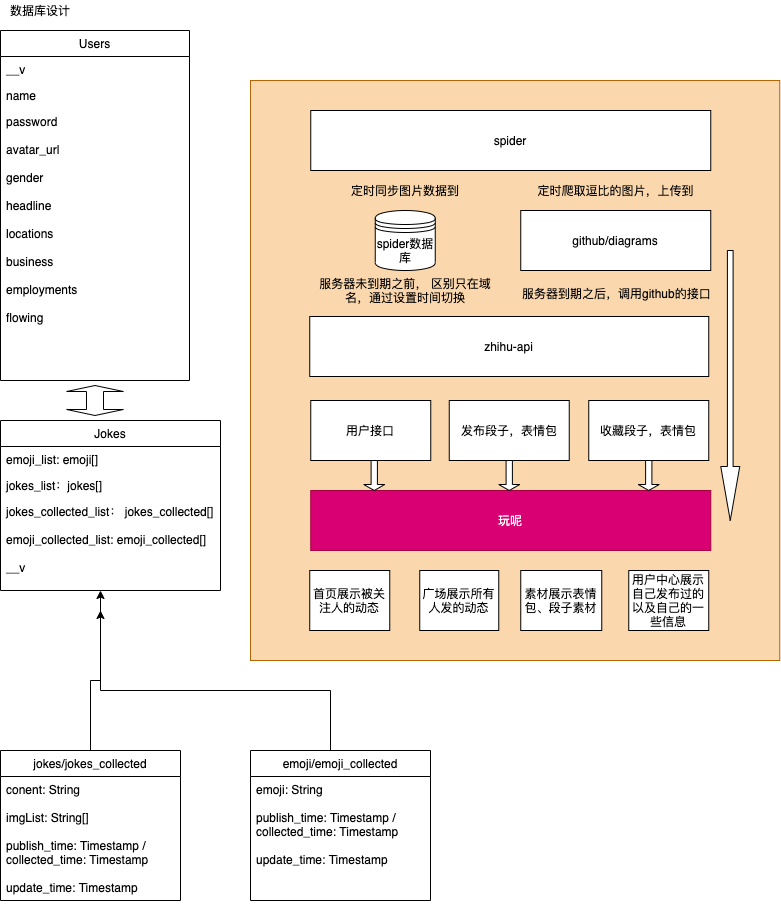
Zenquan/diagrams keeps this draw.io diagram as img/玩呢.png. Above is the earlier version. Source tidied: cells renumbered, new cells last; positions are measured from the earlier drawing's top-left corner, leaving out a move shared by most shapes.
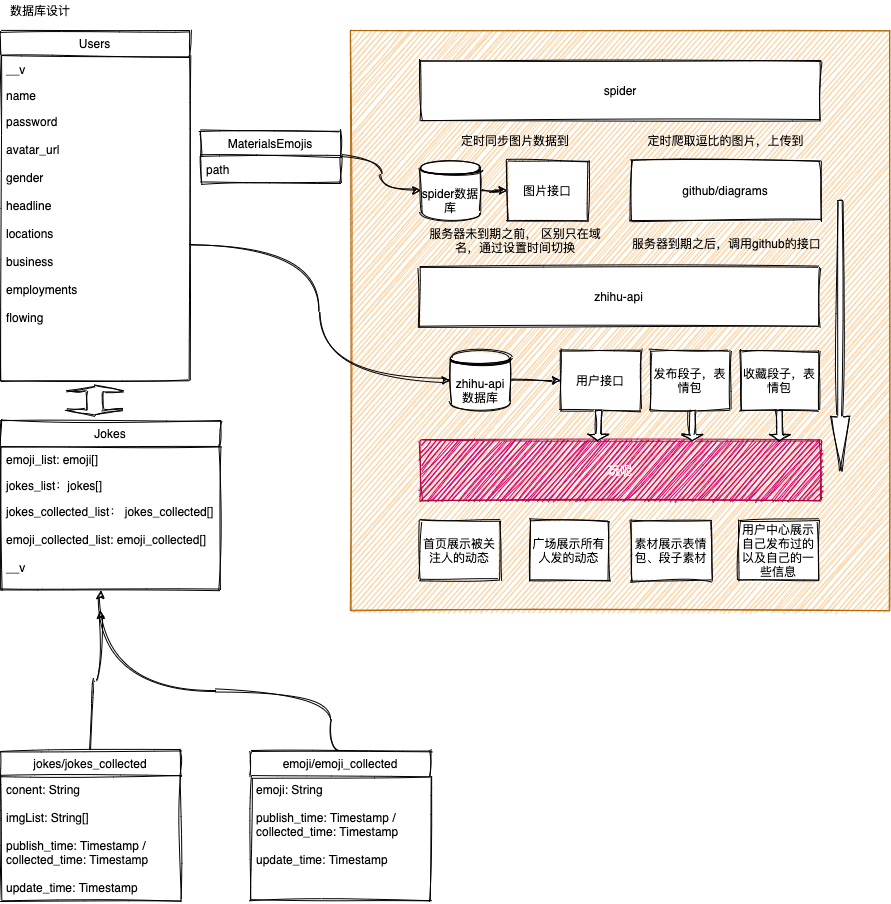
After the commit.

The edit, as a diff of the source:
```diff
@@ -2,125 +2,149 @@
   <root>
     <mxCell id="0" />
     <mxCell id="1" parent="0" />
-    <mxCell id="2" style="rounded=0;whiteSpace=wrap;html=1;fillColor=#fad7ac;strokeColor=#b46504;" parent="1" vertex="1">
-      <mxGeometry x="250" y="80" width="529.2" height="580" as="geometry" />
+    <mxCell id="2" style="whiteSpace=wrap;html=1;fillColor=#fad7ac;strokeColor=#b46504;sketch=1;" parent="1" vertex="1">
+      <mxGeometry x="730" y="-15" width="539.2" height="580" as="geometry" />
     </mxCell>
-    <mxCell id="3" value="数据库设计&lt;br&gt;" style="text;html=1;strokeColor=none;fillColor=none;align=center;verticalAlign=middle;whiteSpace=wrap;rounded=0;" parent="1" vertex="1">
-      <mxGeometry width="80" height="20" as="geometry" />
+    <mxCell id="3" value="数据库设计&lt;br&gt;" style="text;html=1;strokeColor=none;fillColor=none;align=center;verticalAlign=middle;whiteSpace=wrap;sketch=1;" parent="1" vertex="1">
+      <mxGeometry x="380" y="-45" width="80" height="20" as="geometry" />
     </mxCell>
-    <mxCell id="4" value="Users" style="swimlane;fontStyle=0;horizontal=1;startSize=26;" parent="1" vertex="1">
-      <mxGeometry y="30" width="189" height="350" as="geometry" />
+    <mxCell id="4" value="Users" style="swimlane;fontStyle=0;horizontal=1;startSize=26;sketch=1;" parent="1" vertex="1">
+      <mxGeometry x="380" y="-15" width="189" height="350" as="geometry" />
     </mxCell>
-    <mxCell id="5" value="__v&#10;" style="text;strokeColor=none;fillColor=none;align=left;verticalAlign=top;spacingLeft=4;spacingRight=4;overflow=hidden;" parent="4" vertex="1">
+    <mxCell id="5" value="__v&#10;" style="text;strokeColor=none;fillColor=none;align=left;verticalAlign=top;spacingLeft=4;spacingRight=4;overflow=hidden;sketch=1;" parent="4" vertex="1">
       <mxGeometry y="26" width="189" height="26" as="geometry" />
     </mxCell>
-    <mxCell id="6" value="name" style="text;strokeColor=none;fillColor=none;align=left;verticalAlign=top;spacingLeft=4;spacingRight=4;overflow=hidden;" parent="4" vertex="1">
+    <mxCell id="6" value="name" style="text;strokeColor=none;fillColor=none;align=left;verticalAlign=top;spacingLeft=4;spacingRight=4;overflow=hidden;sketch=1;" parent="4" vertex="1">
       <mxGeometry y="52" width="189" height="26" as="geometry" />
     </mxCell>
-    <mxCell id="7" value="password&#10;&#10;avatar_url&#10;&#10;gender&#10;&#10;headline&#10;&#10;locations&#10;&#10;business&#10;&#10;employments&#10;&#10;flowing" style="text;strokeColor=none;fillColor=none;align=left;verticalAlign=top;spacingLeft=4;spacingRight=4;overflow=hidden;points=[[0,0.5],[1,0.5]];portConstraint=eastwest;" parent="4" vertex="1">
+    <mxCell id="7" value="password&#10;&#10;avatar_url&#10;&#10;gender&#10;&#10;headline&#10;&#10;locations&#10;&#10;business&#10;&#10;employments&#10;&#10;flowing" style="text;strokeColor=none;fillColor=none;align=left;verticalAlign=top;spacingLeft=4;spacingRight=4;overflow=hidden;points=[[0,0.5],[1,0.5]];portConstraint=eastwest;sketch=1;" parent="4" vertex="1">
       <mxGeometry y="78" width="189" height="272" as="geometry" />
     </mxCell>
-    <mxCell id="8" value="服务器未到期之前， 区别只在域名，通过设置时间切换" style="text;html=1;strokeColor=none;fillColor=none;align=center;verticalAlign=middle;whiteSpace=wrap;rounded=0;" parent="1" vertex="1">
-      <mxGeometry x="310.2" y="280" width="190" height="20" as="geometry" />
+    <mxCell id="8" value="服务器未到期之前， 区别只在域名，通过设置时间切换" style="text;html=1;strokeColor=none;fillColor=none;align=center;verticalAlign=middle;whiteSpace=wrap;sketch=1;" parent="1" vertex="1">
+      <mxGeometry x="800.2" y="185" width="190" height="20" as="geometry" />
     </mxCell>
-    <mxCell id="9" value="zhihu-api" style="rounded=0;whiteSpace=wrap;html=1;" parent="1" vertex="1">
-      <mxGeometry x="309.2" y="316" width="399" height="60" as="geometry" />
+    <mxCell id="9" value="zhihu-api" style="whiteSpace=wrap;html=1;sketch=1;" parent="1" vertex="1">
+      <mxGeometry x="799.2" y="221" width="399" height="60" as="geometry" />
     </mxCell>
-    <mxCell id="10" value="用户接口" style="rounded=0;whiteSpace=wrap;html=1;" parent="1" vertex="1">
-      <mxGeometry x="310.2" y="400" width="120" height="60" as="geometry" />
+    <mxCell id="10" value="用户接口" style="whiteSpace=wrap;html=1;sketch=1;" parent="1" vertex="1">
+      <mxGeometry x="940" y="305" width="80.2" height="60" as="geometry" />
     </mxCell>
-    <mxCell id="11" value="发布段子，表情包" style="rounded=0;whiteSpace=wrap;html=1;" parent="1" vertex="1">
-      <mxGeometry x="448.8" y="400" width="120" height="60" as="geometry" />
+    <mxCell id="11" value="发布段子，表情包" style="whiteSpace=wrap;html=1;sketch=1;" parent="1" vertex="1">
+      <mxGeometry x="1030" y="305" width="79" height="60" as="geometry" />
     </mxCell>
-    <mxCell id="12" value="收藏段子，表情包" style="rounded=0;whiteSpace=wrap;html=1;" parent="1" vertex="1">
-      <mxGeometry x="588.2" y="400" width="120" height="60" as="geometry" />
+    <mxCell id="12" value="收藏段子，表情包" style="whiteSpace=wrap;html=1;sketch=1;" parent="1" vertex="1">
+      <mxGeometry x="1120" y="305" width="78.2" height="60" as="geometry" />
     </mxCell>
-    <mxCell id="13" value="Jokes" style="swimlane;fontStyle=0;horizontal=1;startSize=26;" parent="1" vertex="1">
-      <mxGeometry y="420" width="220" height="170" as="geometry" />
+    <mxCell id="13" value="Jokes" style="swimlane;fontStyle=0;horizontal=1;startSize=26;sketch=1;" parent="1" vertex="1">
+      <mxGeometry x="380" y="375" width="220" height="170" as="geometry" />
     </mxCell>
-    <mxCell id="14" value="emoji_list: emoji[]" style="text;strokeColor=none;fillColor=none;align=left;verticalAlign=top;spacingLeft=4;spacingRight=4;overflow=hidden;" parent="13" vertex="1">
+    <mxCell id="14" value="emoji_list: emoji[]" style="text;strokeColor=none;fillColor=none;align=left;verticalAlign=top;spacingLeft=4;spacingRight=4;overflow=hidden;sketch=1;" parent="13" vertex="1">
       <mxGeometry y="26" width="220" height="26" as="geometry" />
     </mxCell>
-    <mxCell id="15" value="jokes_list：jokes[]" style="text;strokeColor=none;fillColor=none;align=left;verticalAlign=top;spacingLeft=4;spacingRight=4;overflow=hidden;" parent="13" vertex="1">
+    <mxCell id="15" value="jokes_list：jokes[]" style="text;strokeColor=none;fillColor=none;align=left;verticalAlign=top;spacingLeft=4;spacingRight=4;overflow=hidden;sketch=1;" parent="13" vertex="1">
       <mxGeometry y="52" width="220" height="26" as="geometry" />
     </mxCell>
-    <mxCell id="16" value="jokes_collected_list： jokes_collected[]&#10;&#10;emoji_collected_list: emoji_collected[]&#10;&#10;__v" style="text;strokeColor=none;fillColor=none;align=left;verticalAlign=top;spacingLeft=4;spacingRight=4;overflow=hidden;points=[[0,0.5],[1,0.5]];portConstraint=eastwest;" parent="13" vertex="1">
+    <mxCell id="16" value="jokes_collected_list： jokes_collected[]&#10;&#10;emoji_collected_list: emoji_collected[]&#10;&#10;__v" style="text;strokeColor=none;fillColor=none;align=left;verticalAlign=top;spacingLeft=4;spacingRight=4;overflow=hidden;points=[[0,0.5],[1,0.5]];portConstraint=eastwest;sketch=1;" parent="13" vertex="1">
       <mxGeometry y="78" width="220" height="92" as="geometry" />
     </mxCell>
-    <mxCell id="17" value="玩呢" style="rounded=0;whiteSpace=wrap;html=1;fillColor=#d80073;strokeColor=#A50040;fontColor=#ffffff;" parent="1" vertex="1">
-      <mxGeometry x="310.2" y="490" width="400" height="60" as="geometry" />
+    <mxCell id="17" value="玩呢" style="whiteSpace=wrap;html=1;fillColor=#d80073;strokeColor=#A50040;fontColor=#ffffff;sketch=1;" parent="1" vertex="1">
+      <mxGeometry x="800.2" y="395" width="400" height="60" as="geometry" />
     </mxCell>
-    <mxCell id="18" value="github/diagrams" style="rounded=0;whiteSpace=wrap;html=1;" parent="1" vertex="1">
-      <mxGeometry x="520.2" y="210" width="190" height="60" as="geometry" />
+    <mxCell id="18" value="github/diagrams" style="whiteSpace=wrap;html=1;sketch=1;" parent="1" vertex="1">
+      <mxGeometry x="1010.2" y="115" width="190" height="60" as="geometry" />
     </mxCell>
-    <mxCell id="19" value="&lt;span style=&quot;font-family: &amp;#34;helvetica&amp;#34; ; text-align: center&quot;&gt;服务器到期之后，&lt;/span&gt;&lt;span style=&quot;text-align: center&quot;&gt;调用github的接口&lt;/span&gt;" style="text;whiteSpace=wrap;html=1;" parent="1" vertex="1">
-      <mxGeometry x="520.2" y="280" width="200" height="40" as="geometry" />
+    <mxCell id="19" value="&lt;span style=&quot;font-family: &amp;#34;helvetica&amp;#34; ; text-align: center&quot;&gt;服务器到期之后，&lt;/span&gt;&lt;span style=&quot;text-align: center&quot;&gt;调用github的接口&lt;/span&gt;" style="text;whiteSpace=wrap;html=1;sketch=1;" parent="1" vertex="1">
+      <mxGeometry x="1010.2" y="185" width="200" height="40" as="geometry" />
     </mxCell>
-    <mxCell id="20" value="spider" style="rounded=0;whiteSpace=wrap;html=1;" parent="1" vertex="1">
-      <mxGeometry x="310.2" y="110" width="400" height="60" as="geometry" />
+    <mxCell id="20" value="spider" style="whiteSpace=wrap;html=1;sketch=1;" parent="1" vertex="1">
+      <mxGeometry x="800.2" y="15" width="400" height="60" as="geometry" />
     </mxCell>
-    <mxCell id="21" value="定时爬取逗比的图片，上传到" style="text;html=1;align=center;verticalAlign=middle;strokeColor=none;" parent="1" vertex="1">
-      <mxGeometry x="530.2" y="180" width="170" height="20" as="geometry" />
+    <mxCell id="21" value="定时爬取逗比的图片，上传到" style="text;html=1;align=center;verticalAlign=middle;strokeColor=none;sketch=1;" parent="1" vertex="1">
+      <mxGeometry x="1020.2" y="85" width="170" height="20" as="geometry" />
     </mxCell>
-    <mxCell id="22" value="首页展示被关注人的动态" style="rounded=0;whiteSpace=wrap;html=1;" parent="1" vertex="1">
-      <mxGeometry x="309.2" y="570" width="80" height="60" as="geometry" />
+    <mxCell id="22" value="首页展示被关注人的动态" style="whiteSpace=wrap;html=1;sketch=1;" parent="1" vertex="1">
+      <mxGeometry x="799.2" y="475" width="80" height="60" as="geometry" />
     </mxCell>
-    <mxCell id="23" value="广场展示所有人发的动态" style="rounded=0;whiteSpace=wrap;html=1;" parent="1" vertex="1">
-      <mxGeometry x="419.2" y="570" width="79" height="60" as="geometry" />
+    <mxCell id="23" value="广场展示所有人发的动态" style="whiteSpace=wrap;html=1;sketch=1;" parent="1" vertex="1">
+      <mxGeometry x="909.2" y="475" width="79" height="60" as="geometry" />
     </mxCell>
-    <mxCell id="24" value="素材展示表情包、段子素材" style="rounded=0;whiteSpace=wrap;html=1;" parent="1" vertex="1">
-      <mxGeometry x="520.2" y="570" width="81" height="60" as="geometry" />
+    <mxCell id="24" value="素材展示表情包、段子素材" style="whiteSpace=wrap;html=1;sketch=1;" parent="1" vertex="1">
+      <mxGeometry x="1010.2" y="475" width="81" height="60" as="geometry" />
     </mxCell>
-    <mxCell id="25" value="用户中心展示自己发布过的&lt;br&gt;以及自己的一些信息" style="rounded=0;whiteSpace=wrap;html=1;" parent="1" vertex="1">
-      <mxGeometry x="628.2" y="570" width="80" height="60" as="geometry" />
+    <mxCell id="25" value="用户中心展示自己发布过的&lt;br&gt;以及自己的一些信息" style="whiteSpace=wrap;html=1;sketch=1;" parent="1" vertex="1">
+      <mxGeometry x="1118.2" y="475" width="80" height="60" as="geometry" />
     </mxCell>
-    <mxCell id="26" value="&lt;span style=&quot;font-family: &amp;#34;helvetica&amp;#34;&quot;&gt;定时同步图片数据到&lt;/span&gt;" style="text;html=1;strokeColor=none;fillColor=none;align=center;verticalAlign=middle;whiteSpace=wrap;rounded=0;" parent="1" vertex="1">
-      <mxGeometry x="350.2" y="180" width="110" height="20" as="geometry" />
+    <mxCell id="26" value="&lt;span style=&quot;font-family: &amp;#34;helvetica&amp;#34;&quot;&gt;定时同步图片数据到&lt;/span&gt;" style="text;html=1;strokeColor=none;fillColor=none;align=center;verticalAlign=middle;whiteSpace=wrap;sketch=1;" parent="1" vertex="1">
+      <mxGeometry x="840.2" y="85" width="110" height="20" as="geometry" />
     </mxCell>
+    <mxCell id="39" style="edgeStyle=orthogonalEdgeStyle;jettySize=auto;html=1;curved=1;sketch=1;" parent="1" edge="1" source="27" target="43">
+      <mxGeometry relative="1" as="geometry" />
+    </mxCell>
-    <mxCell id="27" value="&lt;span&gt;spider数据库&lt;/span&gt;" style="shape=datastore;whiteSpace=wrap;html=1;" parent="1" vertex="1">
-      <mxGeometry x="374.8" y="210" width="60" height="60" as="geometry" />
+    <mxCell id="27" value="&lt;span&gt;spider数据库&lt;/span&gt;" style="shape=datastore;whiteSpace=wrap;html=1;sketch=1;" parent="1" vertex="1">
+      <mxGeometry x="800.2" y="115" width="60" height="60" as="geometry" />
     </mxCell>
-    <mxCell id="28" style="shape=singleArrow;direction=south;whiteSpace=wrap;html=1;" parent="1" vertex="1">
-      <mxGeometry x="498.2" y="460" width="21" height="30" as="geometry" />
+    <mxCell id="28" style="shape=singleArrow;direction=south;whiteSpace=wrap;html=1;sketch=1;" parent="1" vertex="1">
+      <mxGeometry x="1061.5" y="365" width="21" height="30" as="geometry" />
     </mxCell>
-    <mxCell id="29" style="shape=singleArrow;direction=south;whiteSpace=wrap;html=1;" parent="1" vertex="1">
-      <mxGeometry x="363.2" y="460" width="21" height="30" as="geometry" />
+    <mxCell id="29" style="shape=singleArrow;direction=south;whiteSpace=wrap;html=1;sketch=1;" parent="1" vertex="1">
+      <mxGeometry x="967.2" y="365" width="21" height="30" as="geometry" />
     </mxCell>
-    <mxCell id="30" style="shape=singleArrow;direction=south;whiteSpace=wrap;html=1;" parent="1" vertex="1">
-      <mxGeometry x="637.8" y="460" width="21" height="30" as="geometry" />
+    <mxCell id="30" style="shape=singleArrow;direction=south;whiteSpace=wrap;html=1;sketch=1;" parent="1" vertex="1">
+      <mxGeometry x="1148.6" y="365" width="21" height="30" as="geometry" />
     </mxCell>
-    <mxCell id="31" style="shape=singleArrow;direction=south;whiteSpace=wrap;html=1;" parent="1" vertex="1">
-      <mxGeometry x="720.2" y="250" width="19" height="270" as="geometry" />
+    <mxCell id="31" style="shape=singleArrow;direction=south;whiteSpace=wrap;html=1;sketch=1;" parent="1" vertex="1">
+      <mxGeometry x="1210.2" y="155" width="19" height="270" as="geometry" />
     </mxCell>
-    <mxCell id="32" style="edgeStyle=orthogonalEdgeStyle;rounded=0;jettySize=auto;html=1;exitX=0.5;exitY=0;exitDx=0;exitDy=0;" parent="1" edge="1" source="33">
+    <mxCell id="32" style="edgeStyle=orthogonalEdgeStyle;jettySize=auto;html=1;exitX=0.5;exitY=0;exitDx=0;exitDy=0;curved=1;sketch=1;" parent="1" edge="1" source="33">
       <mxGeometry relative="1" as="geometry">
-        <mxPoint x="100" y="610" as="targetPoint" />
+        <mxPoint x="480" y="565" as="targetPoint" />
       </mxGeometry>
     </mxCell>
-    <mxCell id="33" value="jokes/jokes_collected" style="swimlane;fontStyle=0;horizontal=1;startSize=26;" parent="1" vertex="1">
-      <mxGeometry y="750" width="180" height="150" as="geometry" />
+    <mxCell id="33" value="jokes/jokes_collected" style="swimlane;fontStyle=0;horizontal=1;startSize=26;sketch=1;" parent="1" vertex="1">
+      <mxGeometry x="380" y="705" width="180" height="150" as="geometry" />
     </mxCell>
-    <mxCell id="34" value="conent: String&#10;&#10;imgList: String[]&#10;&#10;publish_time: Timestamp /&#10;collected_time: Timestamp&#10;&#10;update_time: Timestamp" style="text;strokeColor=none;fillColor=none;align=left;verticalAlign=top;spacingLeft=4;spacingRight=4;overflow=hidden;" parent="33" vertex="1">
+    <mxCell id="34" value="conent: String&#10;&#10;imgList: String[]&#10;&#10;publish_time: Timestamp /&#10;collected_time: Timestamp&#10;&#10;update_time: Timestamp" style="text;strokeColor=none;fillColor=none;align=left;verticalAlign=top;spacingLeft=4;spacingRight=4;overflow=hidden;sketch=1;" parent="33" vertex="1">
       <mxGeometry y="26" width="180" height="124" as="geometry" />
     </mxCell>
-    <mxCell id="35" style="edgeStyle=orthogonalEdgeStyle;rounded=0;jettySize=auto;html=1;" parent="1" edge="1" target="16">
+    <mxCell id="35" style="edgeStyle=orthogonalEdgeStyle;jettySize=auto;html=1;curved=1;sketch=1;" parent="1" edge="1" target="16">
       <mxGeometry relative="1" as="geometry">
-        <mxPoint x="340.1" y="750" as="sourcePoint" />
+        <mxPoint x="720.1" y="705" as="sourcePoint" />
         <Array as="points">
-          <mxPoint x="330" y="750" />
-          <mxPoint x="330" y="690" />
-          <mxPoint x="100" y="690" />
+          <mxPoint x="710" y="705" />
+          <mxPoint x="710" y="645" />
+          <mxPoint x="480" y="645" />
         </Array>
       </mxGeometry>
     </mxCell>
-    <mxCell id="36" value="emoji/emoji_collected" style="swimlane;fontStyle=0;horizontal=1;startSize=26;" parent="1" vertex="1">
-      <mxGeometry x="250" y="750" width="180" height="150" as="geometry" />
+    <mxCell id="36" value="emoji/emoji_collected" style="swimlane;fontStyle=0;horizontal=1;startSize=26;sketch=1;" parent="1" vertex="1">
+      <mxGeometry x="630" y="705" width="180" height="150" as="geometry" />
     </mxCell>
-    <mxCell id="37" value="emoji: String&#10;&#10;publish_time: Timestamp /&#10;collected_time: Timestamp&#10;&#10;update_time: Timestamp" style="text;strokeColor=none;fillColor=none;align=left;verticalAlign=top;spacingLeft=4;spacingRight=4;overflow=hidden;" parent="36" vertex="1">
+    <mxCell id="37" value="emoji: String&#10;&#10;publish_time: Timestamp /&#10;collected_time: Timestamp&#10;&#10;update_time: Timestamp" style="text;strokeColor=none;fillColor=none;align=left;verticalAlign=top;spacingLeft=4;spacingRight=4;overflow=hidden;sketch=1;" parent="36" vertex="1">
       <mxGeometry y="26" width="180" height="124" as="geometry" />
     </mxCell>
-    <mxCell id="38" style="shape=doubleArrow;direction=south;whiteSpace=wrap;html=1;" parent="1" vertex="1">
-      <mxGeometry x="66.2" y="385" width="56.7" height="30" as="geometry" />
+    <mxCell id="38" style="shape=doubleArrow;direction=south;whiteSpace=wrap;html=1;sketch=1;" parent="1" vertex="1">
+      <mxGeometry x="446.1" y="340" width="56.7" height="30" as="geometry" />
     </mxCell>
+    <mxCell id="40" style="edgeStyle=orthogonalEdgeStyle;jettySize=auto;html=1;exitX=1;exitY=0.5;exitDx=0;exitDy=0;curved=1;sketch=1;" parent="1" edge="1" source="41" target="10">
+      <mxGeometry relative="1" as="geometry" />
+    </mxCell>
+    <mxCell id="41" value="&lt;span&gt;zhihu-api数据库&lt;/span&gt;" style="shape=datastore;whiteSpace=wrap;html=1;sketch=1;" parent="1" vertex="1">
+      <mxGeometry x="830" y="305" width="60" height="60" as="geometry" />
+    </mxCell>
+    <mxCell id="42" style="edgeStyle=orthogonalEdgeStyle;jettySize=auto;html=1;curved=1;sketch=1;" parent="1" edge="1" source="7" target="41">
+      <mxGeometry relative="1" as="geometry" />
+    </mxCell>
+    <mxCell id="43" value="图片接口" style="whiteSpace=wrap;html=1;sketch=1;" parent="1" vertex="1">
+      <mxGeometry x="887" y="115" width="80.2" height="60" as="geometry" />
+    </mxCell>
+    <mxCell id="44" style="edgeStyle=orthogonalEdgeStyle;jettySize=auto;html=1;entryX=0;entryY=0.5;entryDx=0;entryDy=0;curved=1;sketch=1;" parent="1" edge="1" source="45" target="27">
+      <mxGeometry relative="1" as="geometry" />
+    </mxCell>
+    <mxCell id="45" value="MaterialsEmojis" style="swimlane;fontStyle=0;horizontal=1;startSize=26;sketch=1;" parent="1" vertex="1">
+      <mxGeometry x="580" y="85" width="140" height="52" as="geometry" />
+    </mxCell>
+    <mxCell id="46" value="path" style="text;strokeColor=none;fillColor=none;align=left;verticalAlign=top;spacingLeft=4;spacingRight=4;overflow=hidden;sketch=1;" parent="45" vertex="1">
+      <mxGeometry y="26" width="140" height="26" as="geometry" />
+    </mxCell>
   </root>
 </mxGraphModel>
```
